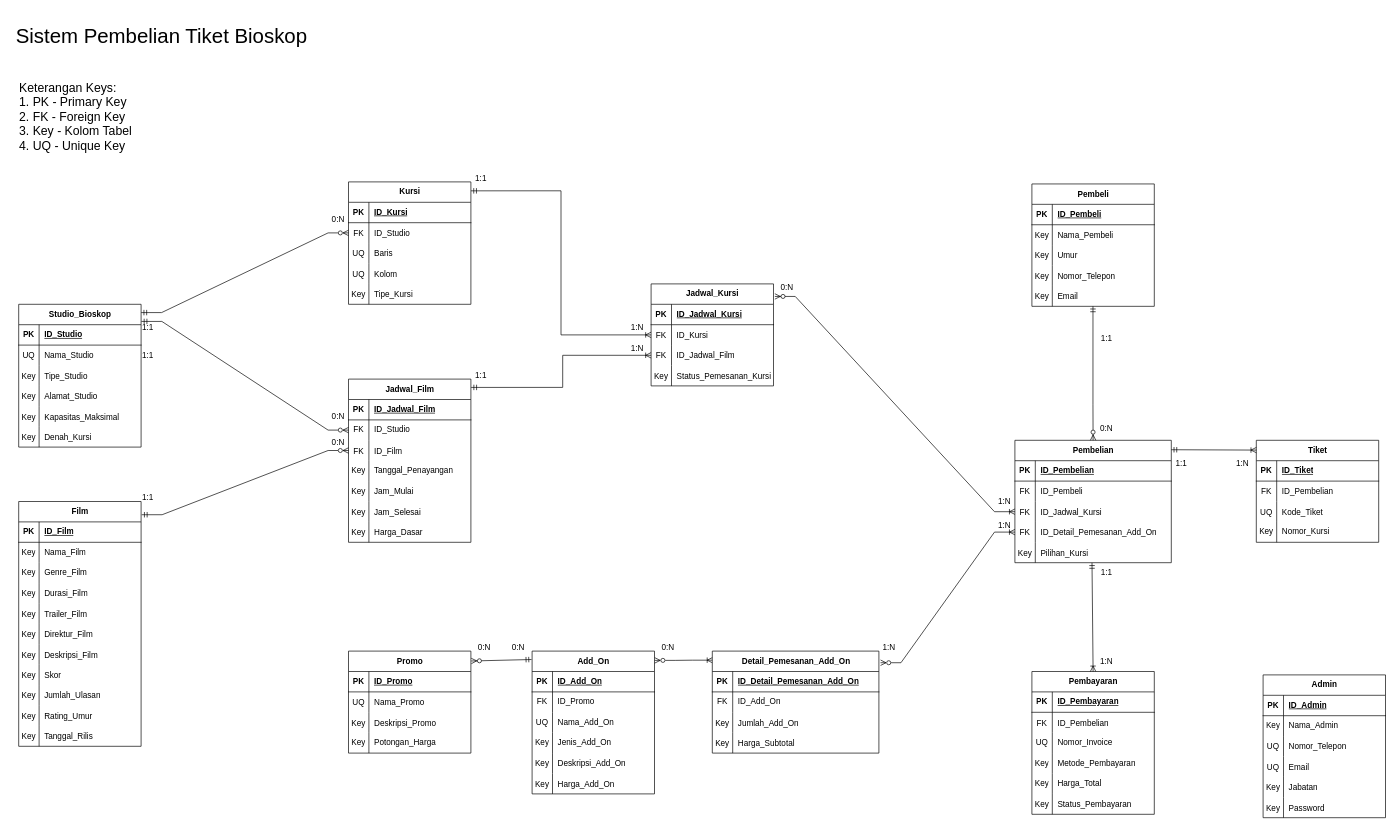
Before: page "New-Sistem" (5 of 5) of sistem-pembelian-tiket-retake.drawio in King-Ag-Jv/Project-Atrem, a draw.io diagram. Source tidied: cells renumbered, new cells numbered last; positions are measured from the earlier drawing's top-left corner, leaving out a move shared by most shapes. Both pictures are drawn from the tidied source at 68%, with x=0, y=0 at pixel (12, 12).
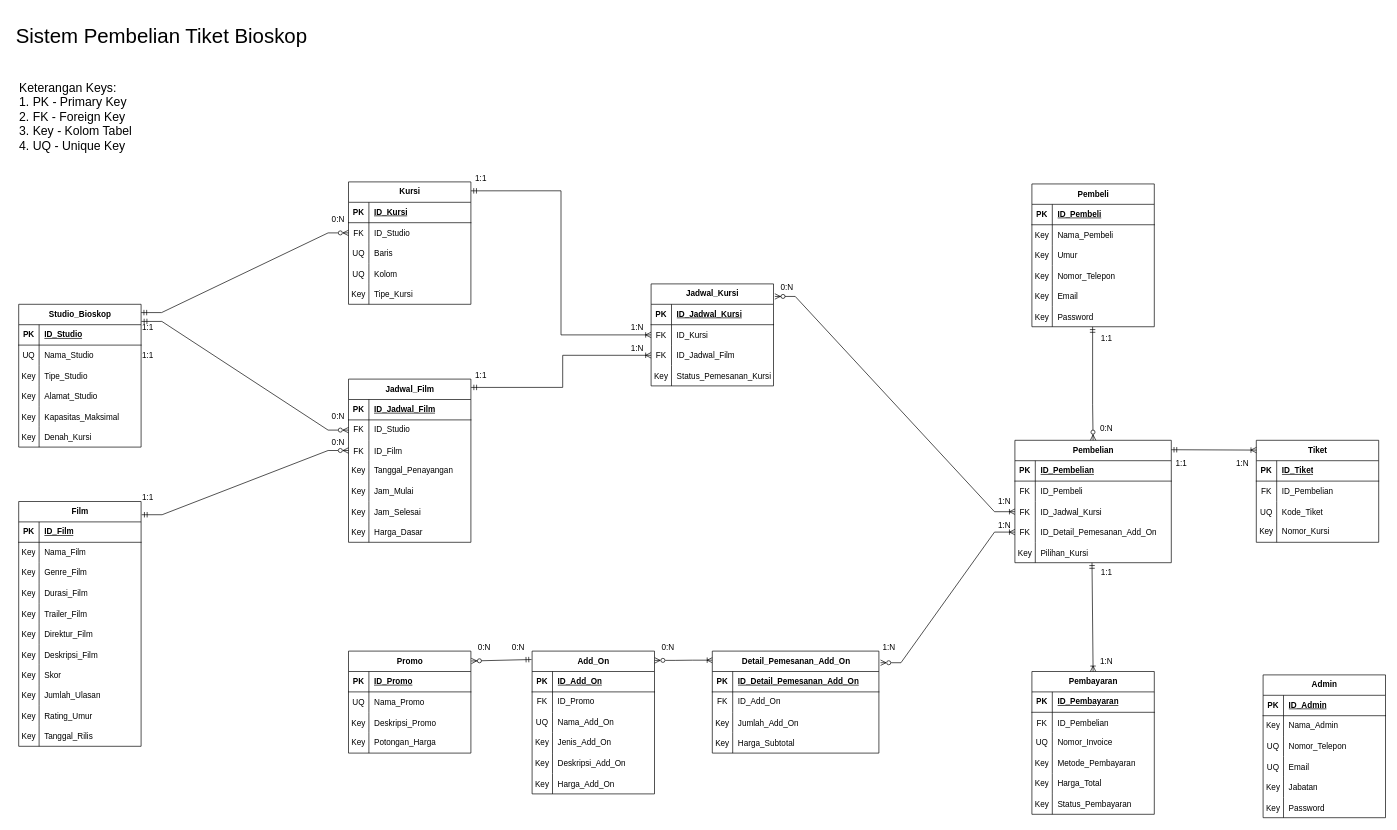
The same diagram, later.

Unchanged cells that the change refers to:
```xml
<mxCell id="15" style="shape=tableRow;horizontal=0;startSize=0;swimlaneHead=0;swimlaneBody=0;fillColor=none;points=[[0,0.5],[1,0.5]];portConstraint=eastwest;top=0;left=0;right=0;bottom=0;" parent="2" vertex="1">
  <mxGeometry y="150" width="180" height="30" as="geometry" />
</mxCell>
<mxCell id="37" value="Pembelian" style="shape=table;startSize=30;childLayout=tableLayout;rowLines=0;fontStyle=1;align=center;html=1;" parent="1" vertex="1">
  <mxGeometry x="1475" y="630" width="230" height="180" as="geometry" />
</mxCell>
```

Change to the diagram source:
```diff
@@
     <mxCell id="2" value="Pembeli" style="shape=table;startSize=30;childLayout=tableLayout;rowLines=0;fontStyle=1;align=center;html=1;" parent="1" vertex="1">
-      <mxGeometry x="1500" y="253" width="180" height="180" as="geometry" />
+      <mxGeometry x="1500" y="253" width="180" height="210" as="geometry" />
     </mxCell>
@@
+    <mxCell id="272" style="shape=tableRow;horizontal=0;startSize=0;swimlaneHead=0;swimlaneBody=0;fillColor=none;points=[[0,0.5],[1,0.5]];portConstraint=eastwest;top=0;left=0;right=0;bottom=0;" parent="2" vertex="1">
+      <mxGeometry y="180" width="180" height="30" as="geometry" />
+    </mxCell>
+    <mxCell id="273" value="Key" style="shape=partialRectangle;fillColor=none;top=0;left=0;bottom=0;right=0;overflow=hidden;" parent="272" vertex="1">
+      <mxGeometry width="30" height="30" as="geometry" />
+    </mxCell>
+    <mxCell id="274" value="Password" style="shape=partialRectangle;fillColor=none;top=0;left=0;bottom=0;right=0;align=left;spacingLeft=6;overflow=hidden;" parent="272" vertex="1">
+      <mxGeometry x="30" width="150" height="30" as="geometry" />
+    </mxCell>
@@
     <mxCell id="145" value="1:1" style="text;html=1;whiteSpace=wrap;strokeColor=none;fillColor=none;align=center;verticalAlign=middle;rounded=0;" parent="1" vertex="1">
-      <mxGeometry x="1580" y="465" width="60" height="30" as="geometry" />
+      <mxGeometry x="1580" y="466" width="60" height="30" as="geometry" />
     </mxCell>
@@
-    <mxCell id="271" style="fontSize=12;html=1;endArrow=ERzeroToMany;startArrow=ERmandOne;rounded=0;edgeStyle=orthogonalEdgeStyle;exitX=0.499;exitY=0.997;exitDx=0;exitDy=0;exitPerimeter=0;entryX=0.5;entryY=0;entryDx=0;entryDy=0;" parent="1" edge="1" source="15" target="37">
+    <mxCell id="271" style="fontSize=12;html=1;endArrow=ERzeroToMany;startArrow=ERmandOne;rounded=0;edgeStyle=orthogonalEdgeStyle;exitX=0.496;exitY=1.006;exitDx=0;exitDy=0;exitPerimeter=0;entryX=0.5;entryY=0;entryDx=0;entryDy=0;" parent="1" edge="1" source="272" target="37">
       <mxGeometry relative="1" as="geometry">
         <Array as="points">
-          <mxPoint x="1590" y="577.8" />
+          <mxPoint x="1589.3" y="577.8" />
           <mxPoint x="1590" y="577.8" />
         </Array>
       </mxGeometry>
     </mxCell>
```
